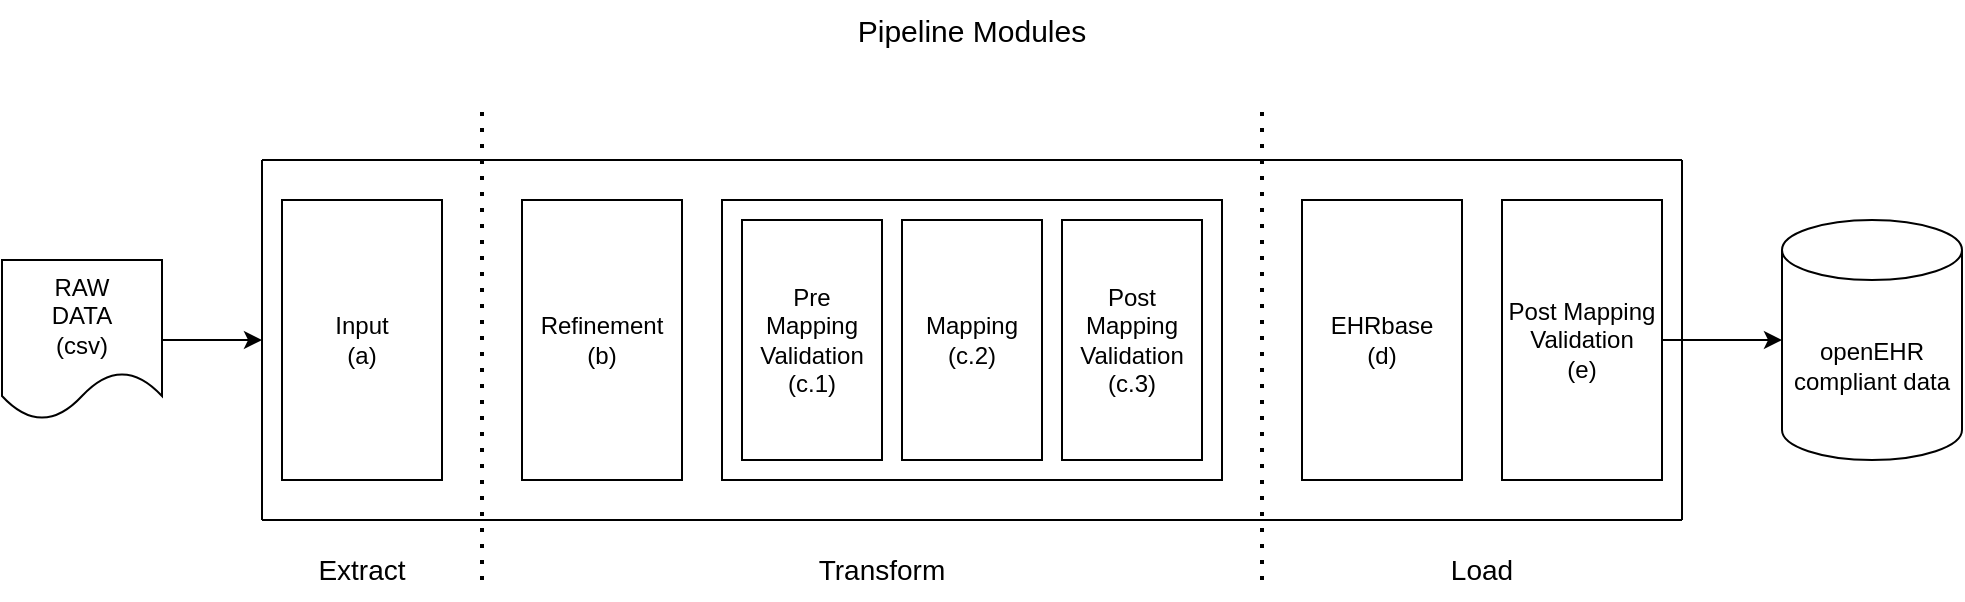
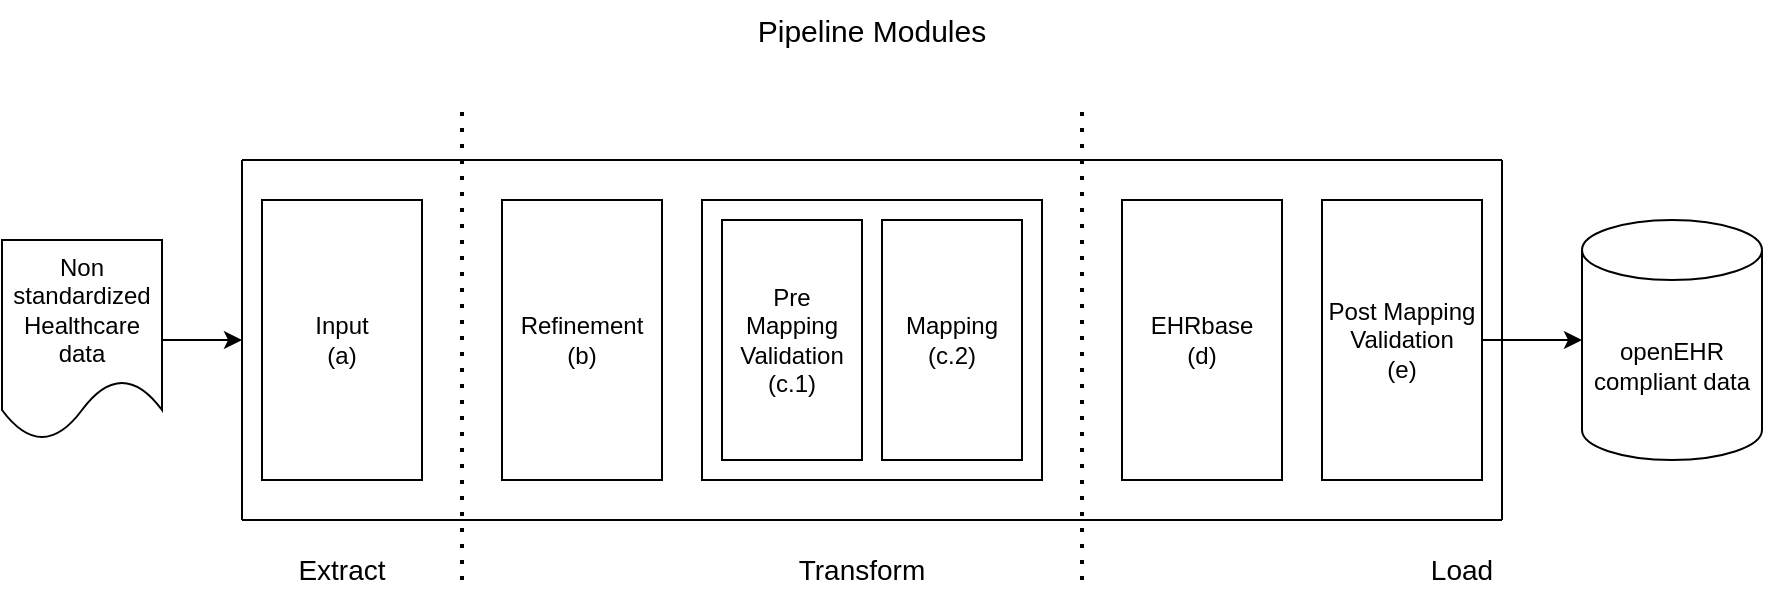
- <mxfile host="app.diagrams.net" agent="Mozilla/5.0 (Windows NT 10.0; Win64; x64) AppleWebKit/537.36 (KHTML, like Gecko) Chrome/144.0.0.0 Safari/537.36" version="29.3.6">
+ <mxfile host="app.diagrams.net" agent="Mozilla/5.0 (Windows NT 10.0; Win64; x64) AppleWebKit/537.36 (KHTML, like Gecko) Chrome/144.0.0.0 Safari/537.36" version="29.3.7">
  <diagram name="Page-1" id="GXPotzh9NqeQXtowtef1">
-     <mxGraphModel dx="1389" dy="749" grid="1" gridSize="10" guides="1" tooltips="1" connect="1" arrows="1" fold="1" page="1" pageScale="1" pageWidth="583" pageHeight="827" math="0" shadow="0">
+     <mxGraphModel dx="1042" dy="562" grid="1" gridSize="10" guides="1" tooltips="1" connect="1" arrows="1" fold="1" page="1" pageScale="1" pageWidth="583" pageHeight="827" math="0" shadow="0">
      <root>
        <mxCell id="0" />
        <mxCell id="1" parent="0" />
        <mxCell id="IIrXJLm_TgYj-urw9Zvv-1" parent="1" style="rounded=0;whiteSpace=wrap;html=1;" value="Refinement&lt;div&gt;(b)&lt;/div&gt;" vertex="1">
          <mxGeometry height="140" width="80" x="360" y="200" as="geometry" />
        </mxCell>
        <mxCell id="IIrXJLm_TgYj-urw9Zvv-3" parent="1" style="rounded=0;whiteSpace=wrap;html=1;fillColor=none;" value="" vertex="1">
-           <mxGeometry height="140" width="250" x="460" y="200" as="geometry" />
+           <mxGeometry height="140" width="170" x="460" y="200" as="geometry" />
        </mxCell>
        <mxCell id="IIrXJLm_TgYj-urw9Zvv-4" parent="1" style="rounded=0;whiteSpace=wrap;html=1;" value="Mapping&lt;div&gt;(c.2)&lt;/div&gt;" vertex="1">
          <mxGeometry height="120" width="70" x="550" y="210" as="geometry" />
        </mxCell>
        <mxCell id="IIrXJLm_TgYj-urw9Zvv-5" parent="1" style="rounded=0;whiteSpace=wrap;html=1;" value="Input&lt;div&gt;(a)&lt;/div&gt;" vertex="1">
          <mxGeometry height="140" width="80" x="240" y="200" as="geometry" />
        </mxCell>
        <mxCell id="IIrXJLm_TgYj-urw9Zvv-6" parent="1" style="rounded=0;whiteSpace=wrap;html=1;" value="Pre Mapping Validation&lt;br&gt;&lt;div&gt;(c.1)&lt;/div&gt;" vertex="1">
          <mxGeometry height="120" width="70" x="470" y="210" as="geometry" />
        </mxCell>
-         <mxCell id="IIrXJLm_TgYj-urw9Zvv-7" parent="1" style="rounded=0;whiteSpace=wrap;html=1;" value="Post Mapping Validation&lt;div&gt;(c.3)&lt;/div&gt;" vertex="1">
-           <mxGeometry height="120" width="70" x="630" y="210" as="geometry" />
-         </mxCell>
        <mxCell id="IIrXJLm_TgYj-urw9Zvv-8" parent="1" style="rounded=0;whiteSpace=wrap;html=1;" value="EHRbase&lt;div&gt;(d)&lt;/div&gt;" vertex="1">
-           <mxGeometry height="140" width="80" x="750" y="200" as="geometry" />
+           <mxGeometry height="140" width="80" x="670" y="200" as="geometry" />
        </mxCell>
        <mxCell id="IIrXJLm_TgYj-urw9Zvv-9" parent="1" style="rounded=0;whiteSpace=wrap;html=1;" value="Post Mapping Validation&lt;div&gt;(e)&lt;/div&gt;" vertex="1">
-           <mxGeometry height="140" width="80" x="850" y="200" as="geometry" />
+           <mxGeometry height="140" width="80" x="770" y="200" as="geometry" />
        </mxCell>
        <mxCell id="IIrXJLm_TgYj-urw9Zvv-12" edge="1" parent="1" style="endArrow=none;html=1;rounded=0;" value="">
          <mxGeometry height="50" relative="1" width="50" as="geometry">
            <mxPoint x="230" y="180" as="sourcePoint" />
-             <mxPoint x="940" y="180" as="targetPoint" />
+             <mxPoint x="860" y="180" as="targetPoint" />
          </mxGeometry>
        </mxCell>
        <mxCell id="IIrXJLm_TgYj-urw9Zvv-13" edge="1" parent="1" style="endArrow=none;html=1;rounded=0;" value="">
          <mxGeometry height="50" relative="1" width="50" as="geometry">
            <mxPoint x="230" y="360" as="sourcePoint" />
-             <mxPoint x="940" y="360" as="targetPoint" />
+             <mxPoint x="860" y="360" as="targetPoint" />
          </mxGeometry>
        </mxCell>
        <mxCell id="IIrXJLm_TgYj-urw9Zvv-14" edge="1" parent="1" style="endArrow=none;html=1;rounded=0;" value="">
          <mxGeometry height="50" relative="1" width="50" as="geometry">
-             <mxPoint x="940" y="180" as="sourcePoint" />
-             <mxPoint x="940" y="360" as="targetPoint" />
+             <mxPoint x="860" y="180" as="sourcePoint" />
+             <mxPoint x="860" y="360" as="targetPoint" />
          </mxGeometry>
        </mxCell>
        <mxCell id="IIrXJLm_TgYj-urw9Zvv-15" edge="1" parent="1" style="endArrow=none;html=1;rounded=0;" value="">
          <mxGeometry height="50" relative="1" width="50" as="geometry">
            <mxPoint x="230" y="360" as="sourcePoint" />
            <mxPoint x="230" y="180" as="targetPoint" />
          </mxGeometry>
        </mxCell>
        <mxCell id="IIrXJLm_TgYj-urw9Zvv-16" edge="1" parent="1" style="endArrow=none;dashed=1;html=1;dashPattern=1 3;strokeWidth=2;rounded=0;" value="">
          <mxGeometry height="50" relative="1" width="50" as="geometry">
            <mxPoint x="340" y="390" as="sourcePoint" />
            <mxPoint x="340" y="150" as="targetPoint" />
          </mxGeometry>
        </mxCell>
        <mxCell id="IIrXJLm_TgYj-urw9Zvv-17" edge="1" parent="1" style="endArrow=none;dashed=1;html=1;dashPattern=1 3;strokeWidth=2;rounded=0;" value="">
          <mxGeometry height="50" relative="1" width="50" as="geometry">
-             <mxPoint x="730" y="390" as="sourcePoint" />
-             <mxPoint x="730" y="150" as="targetPoint" />
+             <mxPoint x="650" y="390" as="sourcePoint" />
+             <mxPoint x="650" y="150" as="targetPoint" />
          </mxGeometry>
        </mxCell>
        <mxCell id="IIrXJLm_TgYj-urw9Zvv-19" parent="1" style="text;html=1;whiteSpace=wrap;strokeColor=none;fillColor=none;align=center;verticalAlign=middle;rounded=0;" value="&lt;font style=&quot;font-size: 14px;&quot;&gt;Extract&lt;/font&gt;" vertex="1">
          <mxGeometry height="30" width="60" x="250" y="370" as="geometry" />
        </mxCell>
        <mxCell id="IIrXJLm_TgYj-urw9Zvv-20" parent="1" style="text;html=1;whiteSpace=wrap;strokeColor=none;fillColor=none;align=center;verticalAlign=middle;rounded=0;" value="&lt;font style=&quot;font-size: 14px;&quot;&gt;Transform&lt;/font&gt;" vertex="1">
          <mxGeometry height="30" width="60" x="510" y="370" as="geometry" />
        </mxCell>
        <mxCell id="IIrXJLm_TgYj-urw9Zvv-21" parent="1" style="text;html=1;whiteSpace=wrap;strokeColor=none;fillColor=none;align=center;verticalAlign=middle;rounded=0;" value="&lt;font style=&quot;font-size: 14px;&quot;&gt;Load&lt;/font&gt;" vertex="1">
          <mxGeometry height="30" width="60" x="810" y="370" as="geometry" />
        </mxCell>
        <mxCell id="IIrXJLm_TgYj-urw9Zvv-22" parent="1" style="text;html=1;whiteSpace=wrap;strokeColor=none;fillColor=none;align=center;verticalAlign=middle;rounded=0;" value="&lt;span style=&quot;font-size: 15px;&quot;&gt;Pipeline Modules&lt;/span&gt;" vertex="1">
-           <mxGeometry height="30" width="130" x="520" y="100" as="geometry" />
+           <mxGeometry height="30" width="130" x="480" y="100" as="geometry" />
        </mxCell>
        <mxCell id="IIrXJLm_TgYj-urw9Zvv-24" edge="1" parent="1" source="IIrXJLm_TgYj-urw9Zvv-23" style="edgeStyle=orthogonalEdgeStyle;rounded=0;orthogonalLoop=1;jettySize=auto;html=1;">
          <mxGeometry relative="1" as="geometry">
            <mxPoint x="230" y="270" as="targetPoint" />
          </mxGeometry>
        </mxCell>
-         <mxCell id="IIrXJLm_TgYj-urw9Zvv-23" parent="1" style="shape=document;whiteSpace=wrap;html=1;boundedLbl=1;" value="RAW&lt;div&gt;DATA&lt;/div&gt;&lt;div&gt;(csv)&lt;/div&gt;" vertex="1">
-           <mxGeometry height="80" width="80" x="100" y="230" as="geometry" />
+         <mxCell id="IIrXJLm_TgYj-urw9Zvv-23" parent="1" style="shape=document;whiteSpace=wrap;html=1;boundedLbl=1;" value="Non standardized Healthcare data" vertex="1">
+           <mxGeometry height="100" width="80" x="110" y="220" as="geometry" />
        </mxCell>
        <mxCell id="IIrXJLm_TgYj-urw9Zvv-25" parent="1" style="shape=cylinder3;whiteSpace=wrap;html=1;boundedLbl=1;backgroundOutline=1;size=15;" value="openEHR compliant data" vertex="1">
-           <mxGeometry height="120" width="90" x="990" y="210" as="geometry" />
+           <mxGeometry height="120" width="90" x="900" y="210" as="geometry" />
        </mxCell>
        <mxCell id="IIrXJLm_TgYj-urw9Zvv-27" edge="1" parent="1" source="IIrXJLm_TgYj-urw9Zvv-9" style="edgeStyle=orthogonalEdgeStyle;rounded=0;orthogonalLoop=1;jettySize=auto;html=1;entryX=0;entryY=0.5;entryDx=0;entryDy=0;entryPerimeter=0;" target="IIrXJLm_TgYj-urw9Zvv-25">
          <mxGeometry relative="1" as="geometry" />
        </mxCell>
      </root>
    </mxGraphModel>
  </diagram>
</mxfile>
